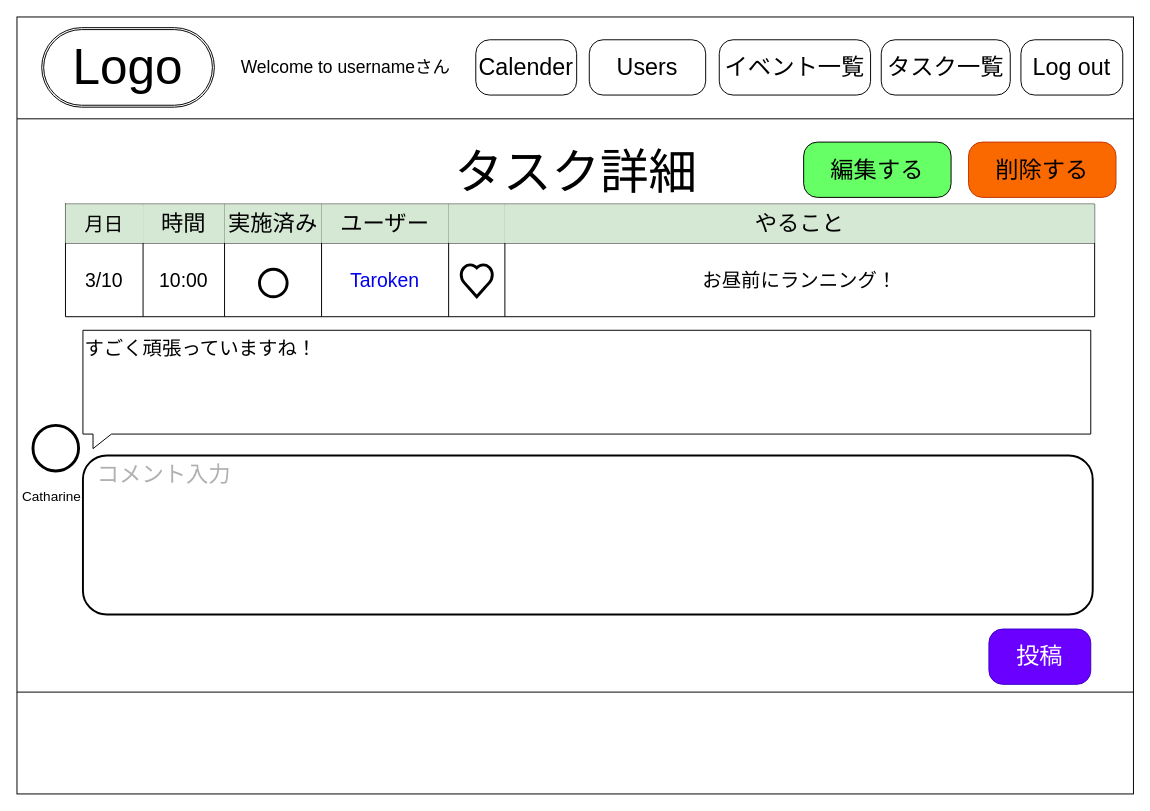
This is page "タスク詳細" (12 of 20) of specification/wire flame.drawio from MurapyonCorp/My-Portfolio, a draw.io file, before an edit. Source tidied: cells renumbered, new cells numbered last; positions are measured from the earlier drawing's top-left corner, leaving out a move shared by most shapes. Both pictures are drawn from the tidied source at 97%, with x=0, y=0 at pixel (16, 16).
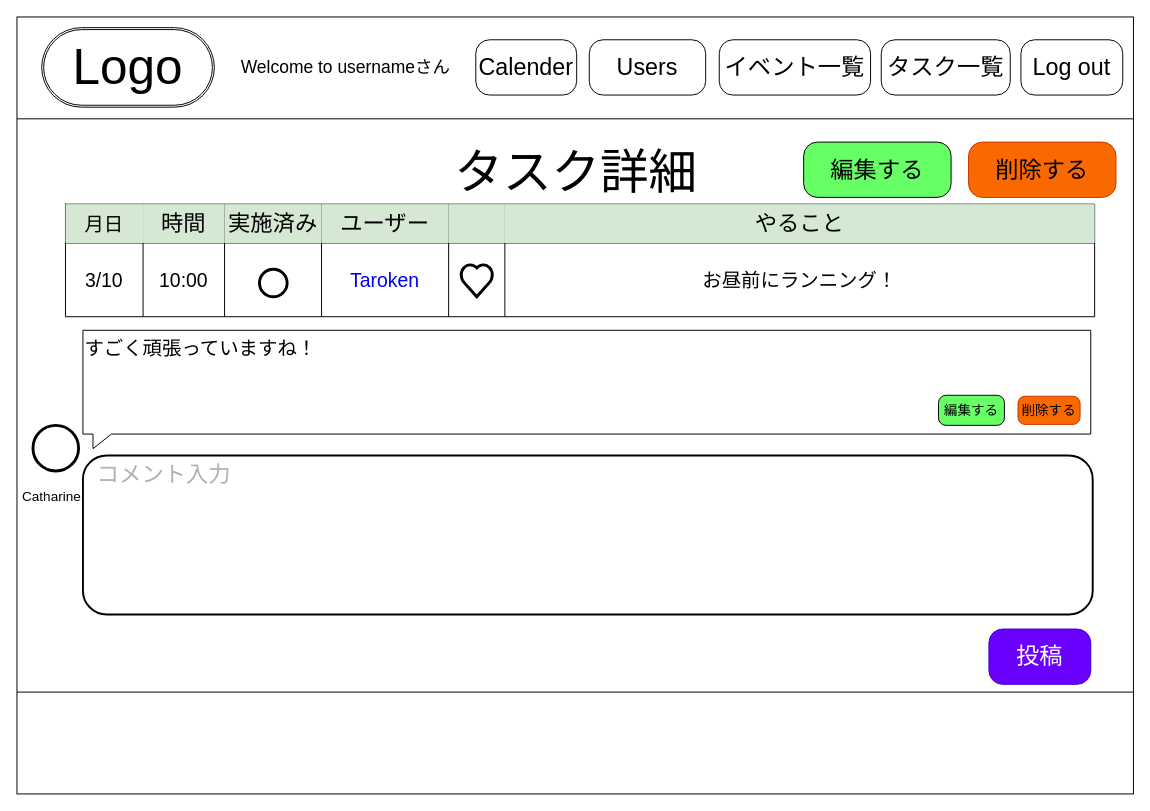
Above is the later version.

Change to the diagram source:
```diff
@@
+    <mxCell id="37" value="&lt;font color=&quot;#000000&quot; style=&quot;font-size: 14px;&quot;&gt;&lt;span style=&quot;font-size: 14px;&quot;&gt;編集する&lt;/span&gt;&lt;/font&gt;" style="rounded=1;arcSize=25;whiteSpace=wrap;html=1;align=center;strokeColor=#000000;fillColor=#66FF66;fontSize=14;" parent="1" vertex="1">
+      <mxGeometry x="950" y="390" width="68" height="31" as="geometry" />
+    </mxCell>
+    <mxCell id="38" value="&lt;font color=&quot;#000000&quot; style=&quot;font-size: 14px;&quot;&gt;&lt;span style=&quot;font-size: 14px;&quot;&gt;削除する&lt;/span&gt;&lt;/font&gt;" style="rounded=1;arcSize=25;whiteSpace=wrap;html=1;align=center;strokeColor=#C73500;fillColor=#fa6800;fontColor=#000000;fontSize=14;" parent="1" vertex="1">
+      <mxGeometry x="1032" y="391" width="64" height="29" as="geometry" />
+    </mxCell>
```
